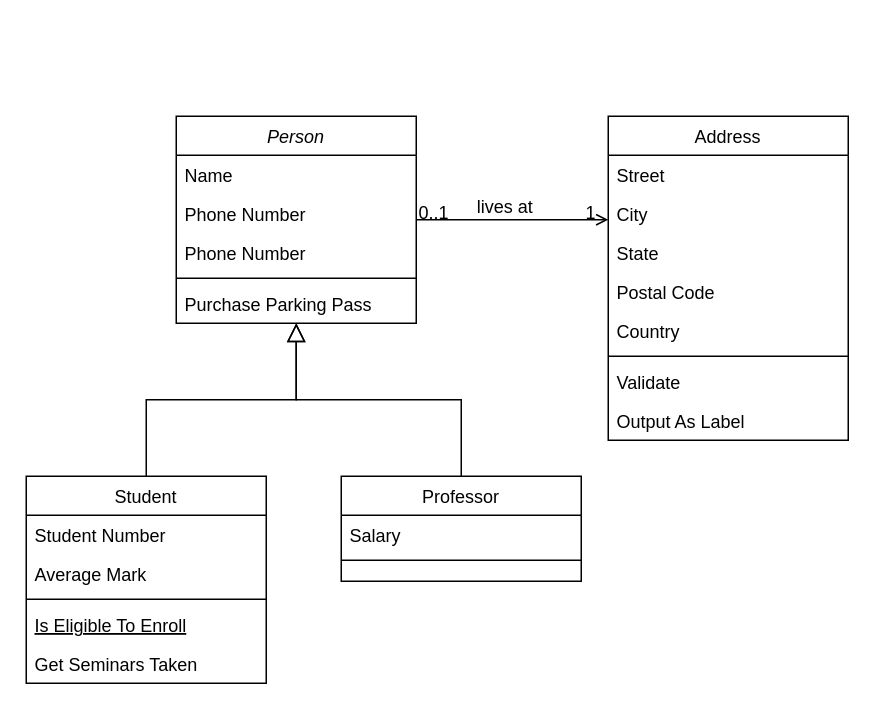
Earlier version of the draw.io diagram Untitled Diagram.drawio (ifffShang/5800-hw2). Source tidied: cells renumbered, new cells numbered last; positions are measured from the earlier drawing's top-left corner, leaving out a move shared by most shapes. Both pictures are drawn from the tidied source at 150%, with x=0, y=0 at pixel (26, 116).
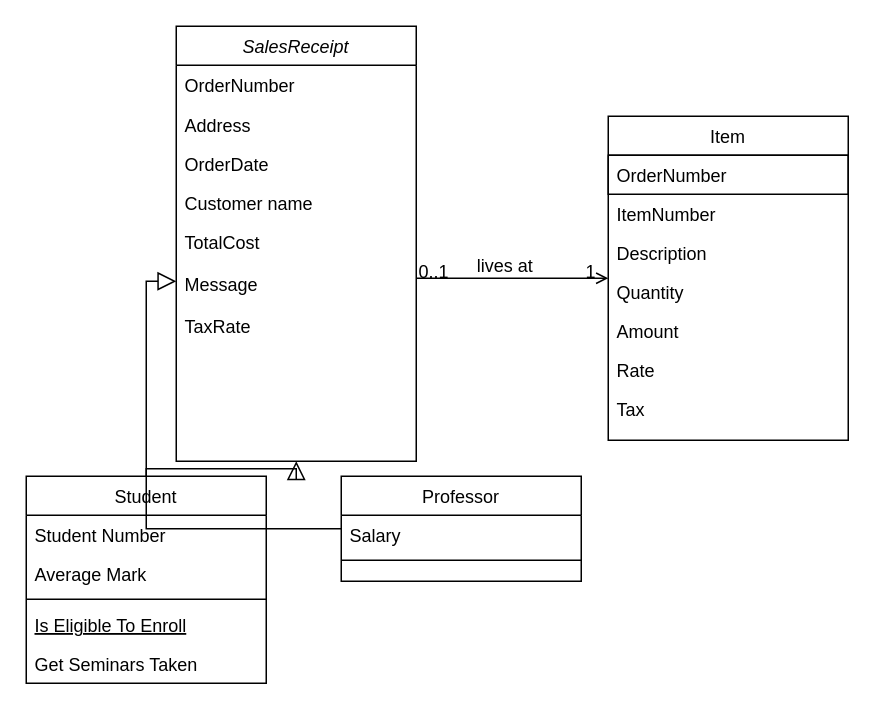
After the change.

Unchanged cells that the change refers to:
```xml
<mxCell id="15" value="Professor" style="swimlane;fontStyle=0;align=center;verticalAlign=top;horizontal=1;startSize=26;rounded=0;shadow=0;strokeWidth=1;" parent="1" vertex="1">
  <mxGeometry x="210" y="240" width="160" height="70" as="geometry" />
</mxCell>
```

Diff of the diagram source:
```diff
@@
-    <mxCell id="2" value="Person" style="swimlane;fontStyle=2;align=center;verticalAlign=top;horizontal=1;startSize=26;rounded=0;shadow=0;strokeWidth=1;" parent="1" vertex="1">
-      <mxGeometry x="100" width="160" height="138" as="geometry" />
+    <mxCell id="2" value="SalesReceipt" style="swimlane;fontStyle=2;align=center;verticalAlign=top;horizontal=1;startSize=26;rounded=0;shadow=0;strokeWidth=1;" parent="1" vertex="1">
+      <mxGeometry x="100" y="-60" width="160" height="290" as="geometry" />
     </mxCell>
-    <mxCell id="3" value="Name" style="text;align=left;verticalAlign=top;spacingLeft=4;spacingRight=4;overflow=hidden;" parent="2" vertex="1">
-      <mxGeometry y="26" width="160" height="26" as="geometry" />
-    </mxCell>
+    <mxCell id="32" value="OrderNumber" style="text;align=left;verticalAlign=top;spacingLeft=4;spacingRight=4;overflow=hidden;rounded=0;shadow=0;html=0;" parent="2" vertex="1">
+      <mxGeometry y="26" width="160" height="27" as="geometry" />
+    </mxCell>
-    <mxCell id="4" value="Phone Number" style="text;align=left;verticalAlign=top;spacingLeft=4;spacingRight=4;overflow=hidden;rounded=0;shadow=0;html=0;" parent="2" vertex="1">
-      <mxGeometry y="52" width="160" height="26" as="geometry" />
+    <mxCell id="4" value="Address" style="text;align=left;verticalAlign=top;spacingLeft=4;spacingRight=4;overflow=hidden;rounded=0;shadow=0;html=0;" parent="2" vertex="1">
+      <mxGeometry y="53" width="160" height="26" as="geometry" />
     </mxCell>
-    <mxCell id="5" value="Phone Number" style="text;align=left;verticalAlign=top;spacingLeft=4;spacingRight=4;overflow=hidden;rounded=0;shadow=0;html=0;" parent="2" vertex="1">
-      <mxGeometry y="78" width="160" height="26" as="geometry" />
+    <mxCell id="5" value="OrderDate" style="text;align=left;verticalAlign=top;spacingLeft=4;spacingRight=4;overflow=hidden;rounded=0;shadow=0;html=0;" parent="2" vertex="1">
+      <mxGeometry y="79" width="160" height="26" as="geometry" />
     </mxCell>
-    <mxCell id="6" style="line;html=1;strokeWidth=1;align=left;verticalAlign=middle;spacingTop=-1;spacingLeft=3;spacingRight=3;labelPosition=right;" parent="2" vertex="1">
-      <mxGeometry y="104" width="160" height="8" as="geometry" />
-    </mxCell>
-    <mxCell id="7" value="Purchase Parking Pass" style="text;align=left;verticalAlign=top;spacingLeft=4;spacingRight=4;overflow=hidden;" parent="2" vertex="1">
-      <mxGeometry y="112" width="160" height="26" as="geometry" />
-    </mxCell>
+    <mxCell id="3" value="Customer name" style="text;align=left;verticalAlign=top;spacingLeft=4;spacingRight=4;overflow=hidden;" parent="2" vertex="1">
+      <mxGeometry y="105" width="160" height="26" as="geometry" />
+    </mxCell>
+    <mxCell id="33" value="TotalCost" style="text;align=left;verticalAlign=top;spacingLeft=4;spacingRight=4;overflow=hidden;rounded=0;shadow=0;html=0;" parent="2" vertex="1">
+      <mxGeometry y="131" width="160" height="28" as="geometry" />
+    </mxCell>
+    <mxCell id="34" value="Message" style="text;align=left;verticalAlign=top;spacingLeft=4;spacingRight=4;overflow=hidden;rounded=0;shadow=0;html=0;" parent="2" vertex="1">
+      <mxGeometry y="159" width="160" height="28" as="geometry" />
+    </mxCell>
+    <mxCell id="35" value="TaxRate" style="text;align=left;verticalAlign=top;spacingLeft=4;spacingRight=4;overflow=hidden;rounded=0;shadow=0;html=0;" parent="2" vertex="1">
+      <mxGeometry y="187" width="160" height="27" as="geometry" />
+    </mxCell>
@@
     <mxCell id="18" style="endArrow=block;endSize=10;endFill=0;shadow=0;strokeWidth=1;rounded=0;edgeStyle=elbowEdgeStyle;elbow=vertical;" parent="1" edge="1" source="15" target="2">
-      <mxGeometry relative="1" as="geometry" />
+      <mxGeometry relative="1" as="geometry">
+        <Array as="points">
+          <mxPoint x="80" y="110" />
+        </Array>
+      </mxGeometry>
     </mxCell>
-    <mxCell id="19" value="Address" style="swimlane;fontStyle=0;align=center;verticalAlign=top;horizontal=1;startSize=26;rounded=0;shadow=0;strokeWidth=1;" parent="1" vertex="1">
+    <mxCell id="19" value="Item" style="swimlane;fontStyle=0;align=center;verticalAlign=top;horizontal=1;startSize=26;rounded=0;shadow=0;strokeWidth=1;" parent="1" vertex="1">
       <mxGeometry x="388" width="160" height="216" as="geometry" />
     </mxCell>
-    <mxCell id="20" value="Street" style="text;align=left;verticalAlign=top;spacingLeft=4;spacingRight=4;overflow=hidden;" parent="19" vertex="1">
+    <mxCell id="20" value="OrderNumber" style="text;align=left;verticalAlign=top;spacingLeft=4;spacingRight=4;overflow=hidden;strokeColor=default;" parent="19" vertex="1">
       <mxGeometry y="26" width="160" height="26" as="geometry" />
     </mxCell>
+    <mxCell id="36" value="ItemNumber" style="text;align=left;verticalAlign=top;spacingLeft=4;spacingRight=4;overflow=hidden;" parent="19" vertex="1">
+      <mxGeometry y="52" width="160" height="26" as="geometry" />
+    </mxCell>
-    <mxCell id="21" value="City" style="text;align=left;verticalAlign=top;spacingLeft=4;spacingRight=4;overflow=hidden;rounded=0;shadow=0;html=0;" parent="19" vertex="1">
-      <mxGeometry y="52" width="160" height="26" as="geometry" />
+    <mxCell id="21" value="Description" style="text;align=left;verticalAlign=top;spacingLeft=4;spacingRight=4;overflow=hidden;rounded=0;shadow=0;html=0;" parent="19" vertex="1">
+      <mxGeometry y="78" width="160" height="26" as="geometry" />
     </mxCell>
-    <mxCell id="22" value="State" style="text;align=left;verticalAlign=top;spacingLeft=4;spacingRight=4;overflow=hidden;rounded=0;shadow=0;html=0;" parent="19" vertex="1">
-      <mxGeometry y="78" width="160" height="26" as="geometry" />
+    <mxCell id="22" value="Quantity" style="text;align=left;verticalAlign=top;spacingLeft=4;spacingRight=4;overflow=hidden;rounded=0;shadow=0;html=0;" parent="19" vertex="1">
+      <mxGeometry y="104" width="160" height="26" as="geometry" />
     </mxCell>
+    <mxCell id="24" value="Amount" style="text;align=left;verticalAlign=top;spacingLeft=4;spacingRight=4;overflow=hidden;rounded=0;shadow=0;html=0;" parent="19" vertex="1">
+      <mxGeometry y="130" width="160" height="26" as="geometry" />
+    </mxCell>
-    <mxCell id="23" value="Postal Code" style="text;align=left;verticalAlign=top;spacingLeft=4;spacingRight=4;overflow=hidden;rounded=0;shadow=0;html=0;" parent="19" vertex="1">
-      <mxGeometry y="104" width="160" height="26" as="geometry" />
+    <mxCell id="23" value="Rate" style="text;align=left;verticalAlign=top;spacingLeft=4;spacingRight=4;overflow=hidden;rounded=0;shadow=0;html=0;" parent="19" vertex="1">
+      <mxGeometry y="156" width="160" height="26" as="geometry" />
     </mxCell>
-    <mxCell id="24" value="Country" style="text;align=left;verticalAlign=top;spacingLeft=4;spacingRight=4;overflow=hidden;rounded=0;shadow=0;html=0;" parent="19" vertex="1">
-      <mxGeometry y="130" width="160" height="26" as="geometry" />
-    </mxCell>
-    <mxCell id="25" style="line;html=1;strokeWidth=1;align=left;verticalAlign=middle;spacingTop=-1;spacingLeft=3;spacingRight=3;labelPosition=right;" parent="19" vertex="1">
-      <mxGeometry y="156" width="160" height="8" as="geometry" />
-    </mxCell>
-    <mxCell id="26" value="Validate" style="text;align=left;verticalAlign=top;spacingLeft=4;spacingRight=4;overflow=hidden;" parent="19" vertex="1">
-      <mxGeometry y="164" width="160" height="26" as="geometry" />
+    <mxCell id="26" value="Tax" style="text;align=left;verticalAlign=top;spacingLeft=4;spacingRight=4;overflow=hidden;" parent="19" vertex="1">
+      <mxGeometry y="182" width="160" height="26" as="geometry" />
     </mxCell>
-    <mxCell id="27" value="Output As Label" style="text;align=left;verticalAlign=top;spacingLeft=4;spacingRight=4;overflow=hidden;" parent="19" vertex="1">
-      <mxGeometry y="190" width="160" height="26" as="geometry" />
-    </mxCell>
```
